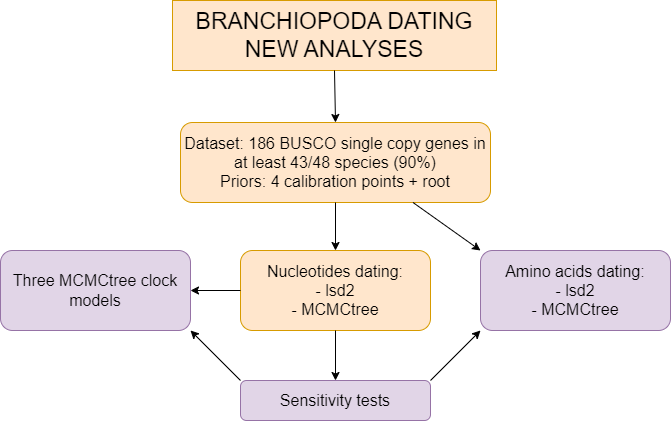
NiccoloRighetti/Branchio_Tree keeps this draw.io diagram as Branchio_new_pipeline.drawio.png. Above is the earlier version. Source tidied: cells renumbered, new cells last; positions are measured from the earlier drawing's top-left corner, leaving out a move shared by most shapes.
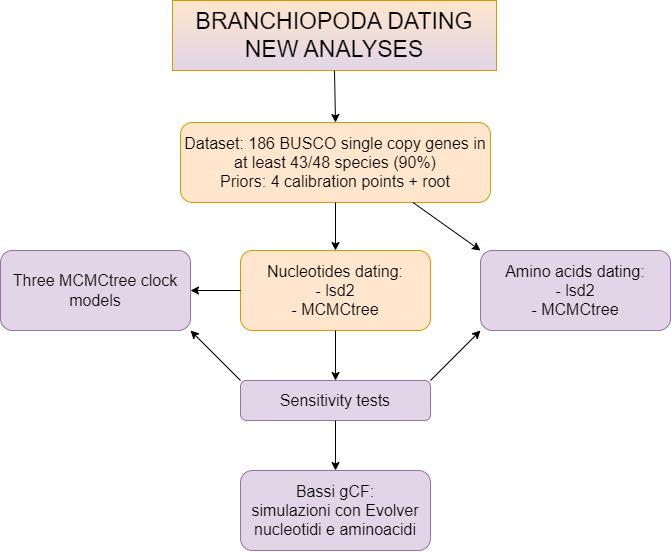
Later version of the same file.

Diff of the diagram source:
```diff
@@ -2,7 +2,7 @@
   <root>
     <mxCell id="0" />
     <mxCell id="1" parent="0" />
-    <mxCell id="2" value="BRANCHIOPODA DATING NEW ANALYSES" style="text;html=1;strokeColor=#d79b00;fillColor=#ffe6cc;align=center;verticalAlign=middle;whiteSpace=wrap;rounded=0;fontSize=23;" parent="1" vertex="1">
+    <mxCell id="2" value="BRANCHIOPODA DATING NEW ANALYSES" style="text;html=1;strokeColor=#d79b00;fillColor=#ffe6cc;align=center;verticalAlign=middle;whiteSpace=wrap;rounded=0;fontSize=23;gradientColor=#e1d5e7;" parent="1" vertex="1">
       <mxGeometry x="172" width="324" height="70" as="geometry" />
     </mxCell>
     <mxCell id="3" style="endArrow=classic;html=1;rounded=0;entryX=0.5;entryY=0;entryDx=0;entryDy=0;exitX=0.5;exitY=1;exitDx=0;exitDy=0;" parent="1" edge="1" source="2" target="4">
@@ -41,5 +41,11 @@
     <mxCell id="14" style="endArrow=classic;html=1;rounded=0;entryX=1;entryY=0.5;entryDx=0;entryDy=0;exitX=0;exitY=0.5;exitDx=0;exitDy=0;" parent="1" edge="1" source="5" target="12">
       <mxGeometry relative="1" as="geometry" />
     </mxCell>
+    <mxCell id="15" value="&lt;span style=&quot;font-size: 16px;&quot;&gt;Bassi gCF:&lt;br&gt;simulazioni con Evolver&lt;br&gt;nucleotidi e aminoacidi&lt;br&gt;&lt;/span&gt;" style="rounded=1;whiteSpace=wrap;html=1;fillColor=#e1d5e7;strokeColor=#9673a6;" parent="1" vertex="1">
+      <mxGeometry x="240" y="470" width="190" height="80" as="geometry" />
+    </mxCell>
+    <mxCell id="16" style="endArrow=classic;html=1;rounded=0;entryX=0.5;entryY=0;entryDx=0;entryDy=0;exitX=0.5;exitY=1;exitDx=0;exitDy=0;" parent="1" edge="1" source="7" target="15">
+      <mxGeometry relative="1" as="geometry" />
+    </mxCell>
   </root>
 </mxGraphModel>
```
